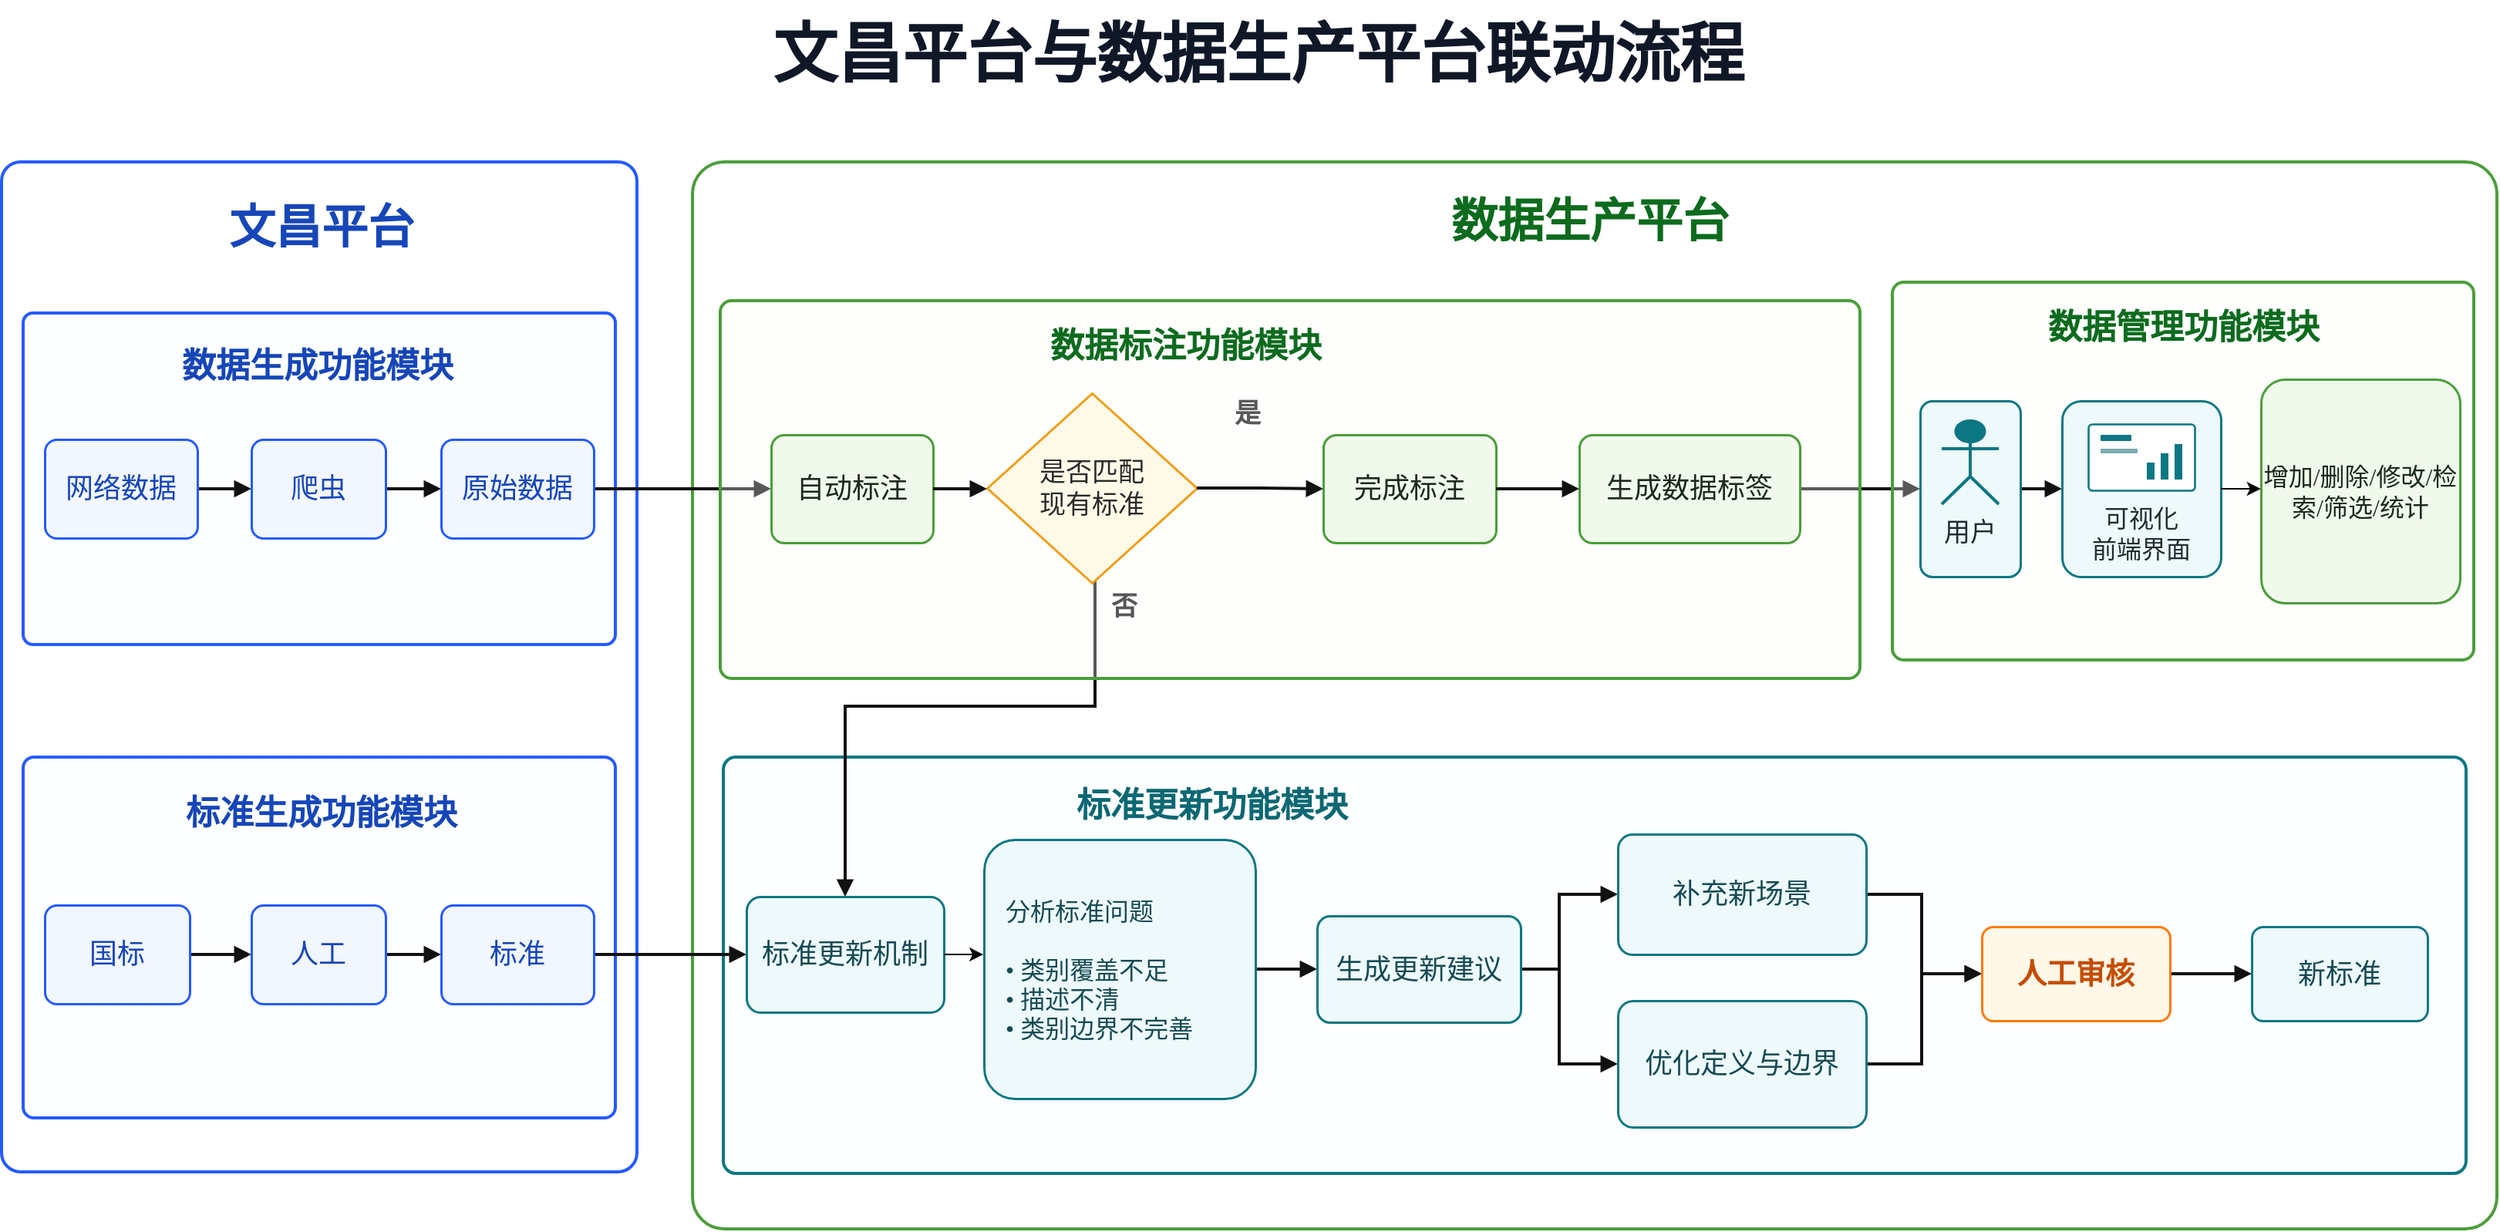
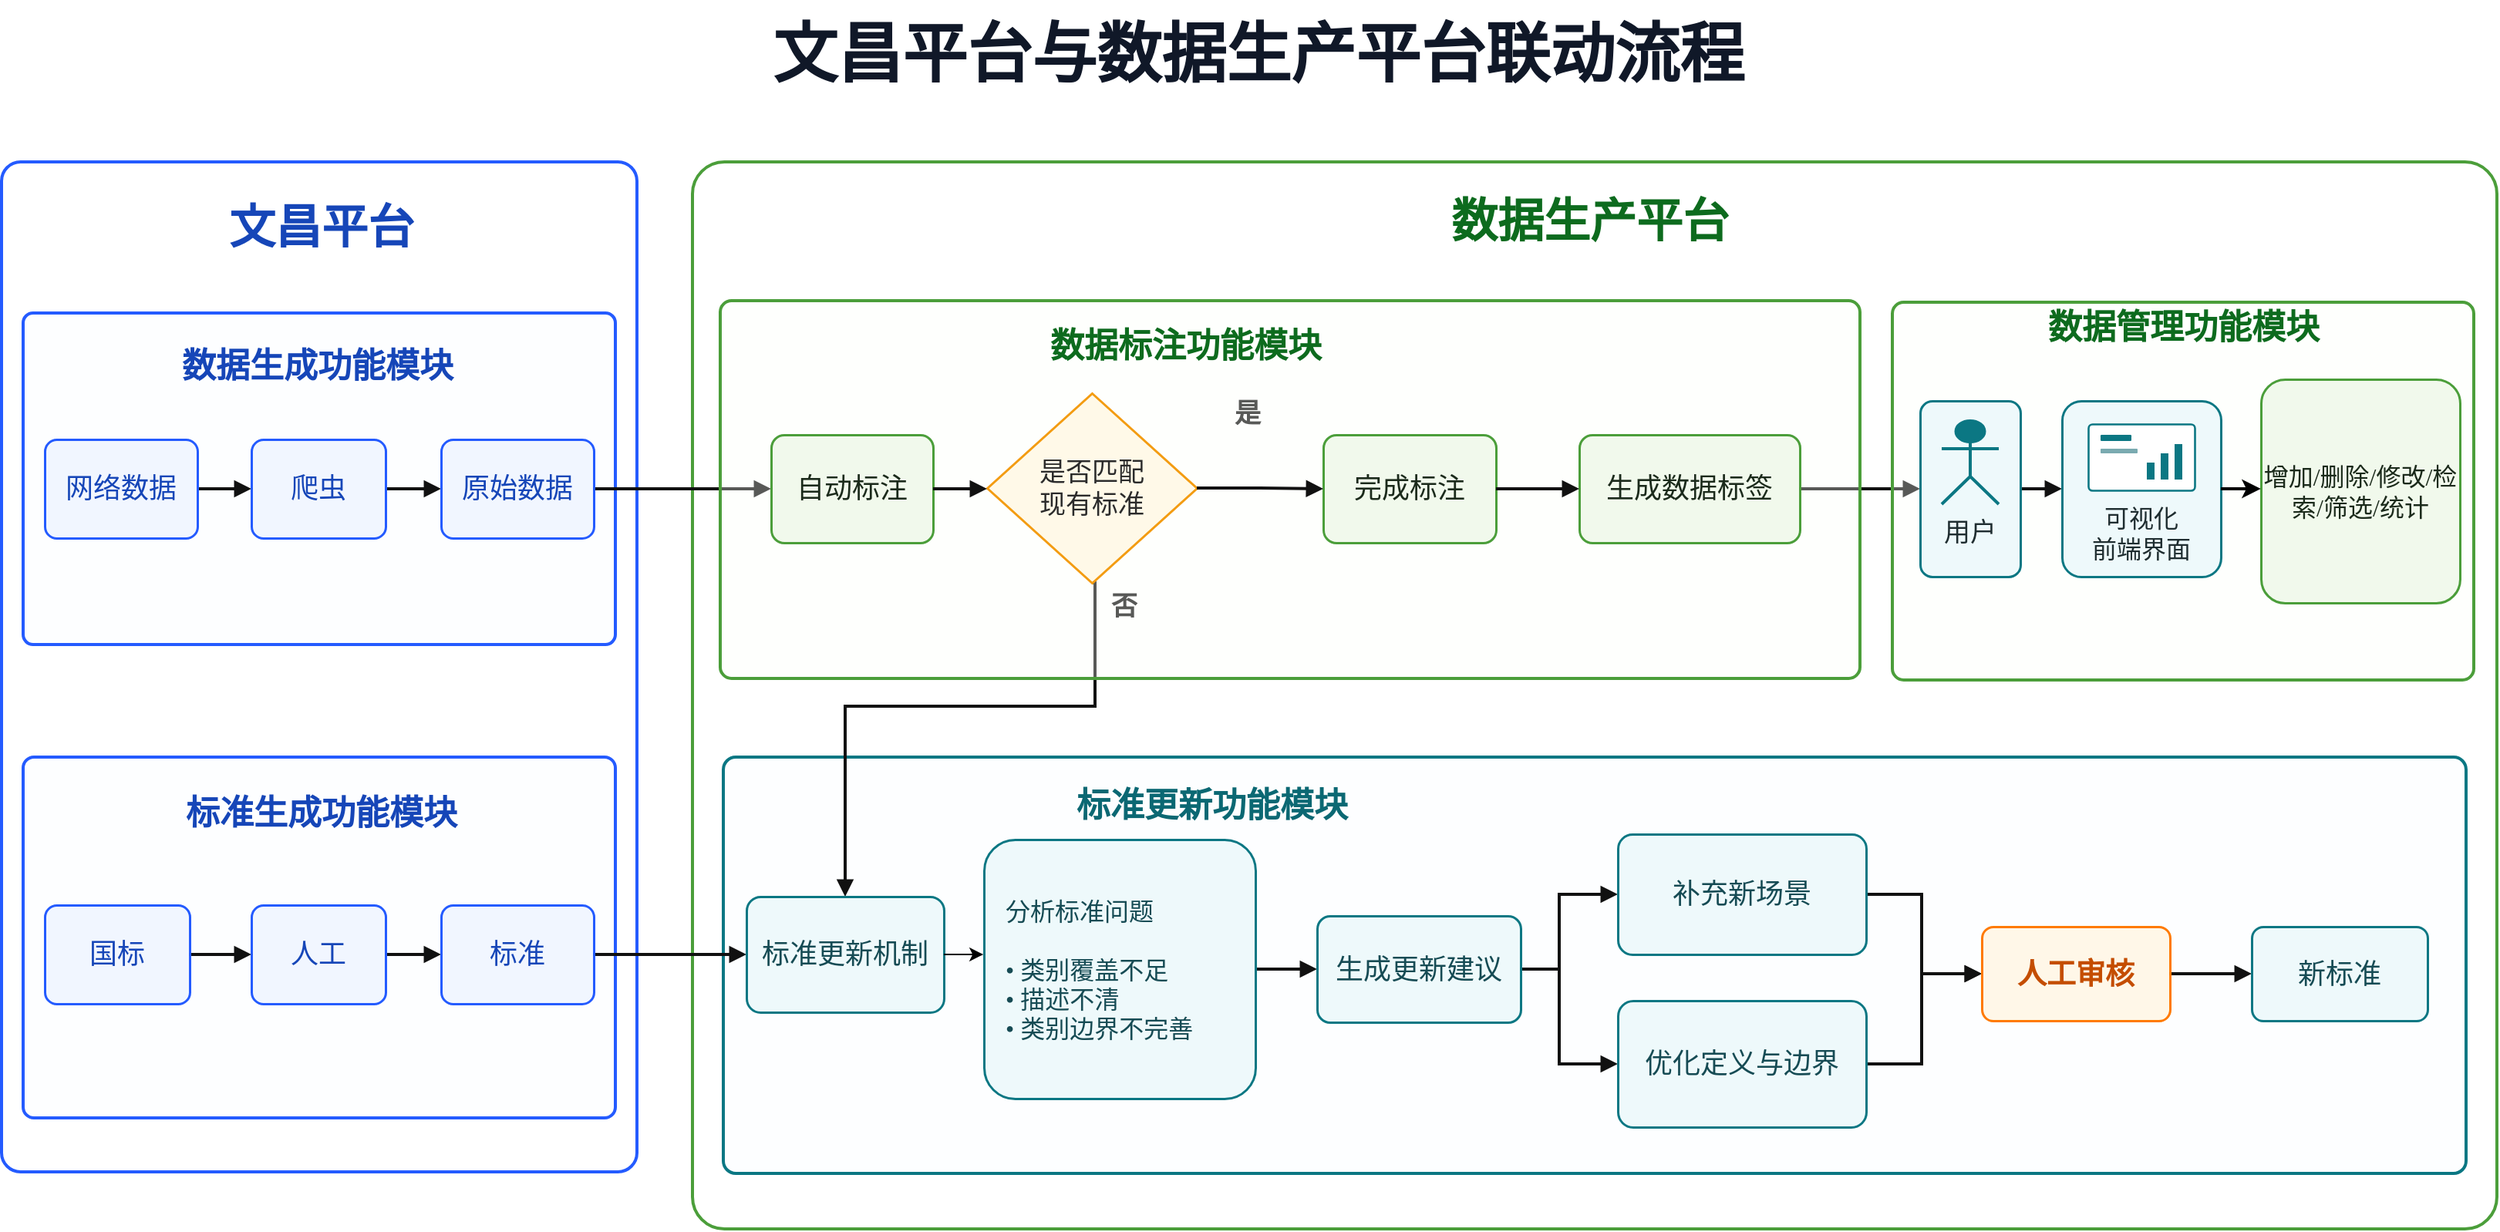
<mxfile host="app.diagrams.net">
  <diagram name="第 1 页" id="4yErZtKO05P3tX7bJs6z">
-     <mxGraphModel dx="426" dy="255" grid="1" gridSize="1" guides="1" tooltips="1" connect="1" arrows="1" fold="1" page="1" pageScale="1" pageWidth="1656" pageHeight="928" background="#FFFFFF" math="0" shadow="0">
+     <mxGraphModel dx="1076" dy="643" grid="1" gridSize="1" guides="1" tooltips="1" connect="1" arrows="1" fold="1" page="1" pageScale="1" pageWidth="1656" pageHeight="928" background="#FFFFFF" math="0" shadow="0">
      <root>
        <mxCell id="0" />
        <mxCell id="1" parent="0" />
        <mxCell id="title" parent="1" style="text;html=1;align=center;verticalAlign=middle;whiteSpace=wrap;rounded=0;strokeColor=none;fillColor=none;fontFamily=Microsoft YaHei;fontSize=42;fontStyle=1;fontColor=#101828;" value="文昌平台与数据生产平台联动流程" vertex="1">
          <mxGeometry height="72" width="960" x="350" y="12" as="geometry" />
        </mxCell>
        <mxCell id="left_outer" parent="1" style="rounded=1;arcSize=3;whiteSpace=wrap;html=1;fillColor=none;strokeWidth=2;strokeColor=#245BFF;fillColor=#FFFFFF;fillOpacity=0;" value="" vertex="1">
          <mxGeometry height="655" width="412" x="15" y="117" as="geometry" />
        </mxCell>
        <mxCell id="left_title" parent="1" style="text;html=1;align=center;verticalAlign=middle;whiteSpace=wrap;rounded=0;strokeColor=none;fillColor=none;fontFamily=Microsoft YaHei;fontSize=30;fontStyle=1;fontColor=#1646B8;" value="文昌平台" vertex="1">
          <mxGeometry height="48" width="235" x="105" y="135" as="geometry" />
        </mxCell>
        <mxCell id="right_outer" parent="1" style="rounded=1;arcSize=3;whiteSpace=wrap;html=1;fillColor=none;strokeWidth=2;strokeColor=#4B9E3A;fillColor=#FFFFFF;fillOpacity=0;" value="" vertex="1">
          <mxGeometry height="692" width="1170" x="463" y="117" as="geometry" />
        </mxCell>
        <mxCell id="right_title" parent="1" style="text;html=1;align=center;verticalAlign=middle;whiteSpace=wrap;rounded=0;strokeColor=none;fillColor=none;fontFamily=Microsoft YaHei;fontSize=30;fontStyle=1;fontColor=#0D6B1E;" value="数据生产平台" vertex="1">
          <mxGeometry height="50" width="540" x="775" y="130" as="geometry" />
        </mxCell>
        <mxCell id="data_gen_box" parent="1" style="rounded=1;arcSize=3;whiteSpace=wrap;html=1;fillColor=none;strokeWidth=2;strokeColor=#245BFF;fillColor=#F7FAFF;fillOpacity=30;" value="" vertex="1">
          <mxGeometry height="215" width="384" x="29" y="215" as="geometry" />
        </mxCell>
        <mxCell id="data_gen_title" parent="1" style="text;html=1;align=center;verticalAlign=middle;whiteSpace=wrap;rounded=0;strokeColor=none;fillColor=none;fontFamily=Microsoft YaHei;fontSize=22;fontStyle=1;fontColor=#1646B8;" value="数据生成功能模块" vertex="1">
          <mxGeometry height="43" width="260" x="90" y="228" as="geometry" />
        </mxCell>
        <mxCell id="std_gen_box" parent="1" style="rounded=1;arcSize=3;whiteSpace=wrap;html=1;fillColor=none;strokeWidth=2;strokeColor=#245BFF;fillColor=#F7FAFF;fillOpacity=30;" value="" vertex="1">
          <mxGeometry height="234" width="384" x="29" y="503" as="geometry" />
        </mxCell>
        <mxCell id="std_gen_title" parent="1" style="text;html=1;align=center;verticalAlign=middle;whiteSpace=wrap;rounded=0;strokeColor=none;fillColor=none;fontFamily=Microsoft YaHei;fontSize=22;fontStyle=1;fontColor=#1646B8;" value="标准生成功能模块" vertex="1">
          <mxGeometry height="43" width="285" x="80" y="518" as="geometry" />
        </mxCell>
        <mxCell id="update_box" parent="1" style="rounded=1;arcSize=3;whiteSpace=wrap;html=1;fillColor=none;strokeWidth=2;strokeColor=#0B7783;fillColor=#F7FCFD;fillOpacity=30;" value="" vertex="1">
          <mxGeometry height="270" width="1130" x="483" y="503" as="geometry" />
        </mxCell>
        <mxCell id="update_title" parent="1" style="text;html=1;align=center;verticalAlign=middle;whiteSpace=wrap;rounded=0;strokeColor=none;fillColor=none;fontFamily=Microsoft YaHei;fontSize=22;fontStyle=1;fontColor=#0B6873;" value="标准更新功能模块" vertex="1">
          <mxGeometry height="42" width="380" x="610" y="514" as="geometry" />
        </mxCell>
        <mxCell id="e_network_crawler" edge="1" parent="1" source="network_data" style="edgeStyle=orthogonalEdgeStyle;rounded=0;orthogonalLoop=1;jettySize=auto;html=1;endArrow=block;endFill=1;strokeColor=#111111;strokeWidth=2;exitX=1;exitY=0.5;entryX=0;entryY=0.5;" target="crawler" value="">
          <mxGeometry relative="1" as="geometry" />
        </mxCell>
        <mxCell id="e_crawler_raw" edge="1" parent="1" source="crawler" style="edgeStyle=orthogonalEdgeStyle;rounded=0;orthogonalLoop=1;jettySize=auto;html=1;endArrow=block;endFill=1;strokeColor=#111111;strokeWidth=2;exitX=1;exitY=0.5;entryX=0;entryY=0.5;" target="raw_data" value="">
          <mxGeometry relative="1" as="geometry" />
        </mxCell>
        <mxCell id="e_national_manual" edge="1" parent="1" source="national_std" style="edgeStyle=orthogonalEdgeStyle;rounded=0;orthogonalLoop=1;jettySize=auto;html=1;endArrow=block;endFill=1;strokeColor=#111111;strokeWidth=2;exitX=1;exitY=0.5;entryX=0;entryY=0.5;" target="manual" value="">
          <mxGeometry relative="1" as="geometry" />
        </mxCell>
        <mxCell id="e_manual_rawstd" edge="1" parent="1" source="manual" style="edgeStyle=orthogonalEdgeStyle;rounded=0;orthogonalLoop=1;jettySize=auto;html=1;endArrow=block;endFill=1;strokeColor=#111111;strokeWidth=2;exitX=1;exitY=0.5;entryX=0;entryY=0.5;" target="raw_std" value="">
          <mxGeometry relative="1" as="geometry" />
        </mxCell>
        <mxCell id="e_raw_auto" edge="1" parent="1" source="raw_data" style="edgeStyle=orthogonalEdgeStyle;rounded=0;orthogonalLoop=1;jettySize=auto;html=1;endArrow=block;endFill=1;strokeColor=#111111;strokeWidth=2;exitX=1;exitY=0.5;entryX=0;entryY=0.5;" target="auto_label" value="">
          <mxGeometry relative="1" as="geometry" />
        </mxCell>
        <mxCell id="e_rawstd_mech" edge="1" parent="1" source="raw_std" style="edgeStyle=orthogonalEdgeStyle;rounded=0;orthogonalLoop=1;jettySize=auto;html=1;endArrow=block;endFill=1;strokeColor=#111111;strokeWidth=2;exitX=1;exitY=0.5;entryX=0;entryY=0.5;" target="update_mechanism" value="">
          <mxGeometry relative="1" as="geometry" />
        </mxCell>
        <mxCell id="e_generate_user" edge="1" parent="1" source="generate_tag" style="edgeStyle=orthogonalEdgeStyle;rounded=0;orthogonalLoop=1;jettySize=auto;html=1;endArrow=block;endFill=1;strokeColor=#111111;strokeWidth=2;exitX=1;exitY=0.5;entryX=0;entryY=0.5;" target="user_box" value="">
          <mxGeometry relative="1" as="geometry" />
        </mxCell>
        <mxCell id="e_decision_update" edge="1" parent="1" source="decision" style="edgeStyle=orthogonalEdgeStyle;rounded=0;orthogonalLoop=1;jettySize=auto;html=1;endArrow=block;endFill=1;strokeColor=#111111;strokeWidth=2;exitX=0.5;exitY=1;entryX=0.5;entryY=0;" target="update_mechanism" value="">
          <mxGeometry relative="1" as="geometry">
            <Array as="points">
              <mxPoint x="724" y="470" />
              <mxPoint x="562" y="470" />
            </Array>
          </mxGeometry>
        </mxCell>
        <mxCell id="e_analysis_suggest" edge="1" parent="1" source="analysis_problem" style="edgeStyle=orthogonalEdgeStyle;rounded=0;orthogonalLoop=1;jettySize=auto;html=1;endArrow=block;endFill=1;strokeColor=#111111;strokeWidth=2;exitX=1;exitY=0.5;entryX=0;entryY=0.5;" target="update_suggestion" value="">
          <mxGeometry relative="1" as="geometry" />
        </mxCell>
        <mxCell id="e_suggest_expand" edge="1" parent="1" source="update_suggestion" style="edgeStyle=orthogonalEdgeStyle;rounded=0;orthogonalLoop=1;jettySize=auto;html=1;endArrow=block;endFill=1;strokeColor=#111111;strokeWidth=2;exitX=1;exitY=0.5;entryX=0;entryY=0.5;" target="expand_category" value="">
          <mxGeometry relative="1" as="geometry">
            <Array as="points">
              <mxPoint x="1025" y="640" />
              <mxPoint x="1025" y="592" />
            </Array>
          </mxGeometry>
        </mxCell>
        <mxCell id="e_suggest_modify" edge="1" parent="1" source="update_suggestion" style="edgeStyle=orthogonalEdgeStyle;rounded=0;orthogonalLoop=1;jettySize=auto;html=1;endArrow=block;endFill=1;strokeColor=#111111;strokeWidth=2;exitX=1;exitY=0.5;entryX=0;entryY=0.5;" target="modify_desc" value="">
          <mxGeometry relative="1" as="geometry">
            <Array as="points">
              <mxPoint x="1025" y="640" />
              <mxPoint x="1025" y="702" />
            </Array>
          </mxGeometry>
        </mxCell>
        <mxCell id="e_expand_review" edge="1" parent="1" source="expand_category" style="edgeStyle=orthogonalEdgeStyle;rounded=0;orthogonalLoop=1;jettySize=auto;html=1;endArrow=block;endFill=1;strokeColor=#111111;strokeWidth=2;exitX=1;exitY=0.5;entryX=0;entryY=0.5;" target="manual_review" value="">
          <mxGeometry relative="1" as="geometry">
            <Array as="points">
              <mxPoint x="1260" y="592" />
              <mxPoint x="1260" y="644" />
            </Array>
          </mxGeometry>
        </mxCell>
        <mxCell id="e_modify_review" edge="1" parent="1" source="modify_desc" style="edgeStyle=orthogonalEdgeStyle;rounded=0;orthogonalLoop=1;jettySize=auto;html=1;endArrow=block;endFill=1;strokeColor=#111111;strokeWidth=2;exitX=1;exitY=0.5;entryX=0;entryY=0.5;" target="manual_review" value="">
          <mxGeometry relative="1" as="geometry">
            <Array as="points">
              <mxPoint x="1260" y="702" />
              <mxPoint x="1260" y="644" />
            </Array>
          </mxGeometry>
        </mxCell>
        <mxCell id="e_review_approved" edge="1" parent="1" source="manual_review" style="edgeStyle=orthogonalEdgeStyle;rounded=0;orthogonalLoop=1;jettySize=auto;html=1;endArrow=block;endFill=1;strokeColor=#111111;strokeWidth=2;exitX=1;exitY=0.5;entryX=0;entryY=0.5;" target="approved" value="">
          <mxGeometry relative="1" as="geometry" />
        </mxCell>
        <mxCell id="network_data" parent="1" style="rounded=1;arcSize=12;whiteSpace=wrap;html=1;align=center;verticalAlign=middle;strokeWidth=1.5;shadow=0;fontFamily=Microsoft YaHei;fontSize=18;fontColor=#1646B8;strokeColor=#245BFF;fillColor=#F1F6FF;" value="网络数据" vertex="1">
          <mxGeometry height="64" width="99" x="43" y="297" as="geometry" />
        </mxCell>
        <mxCell id="crawler" parent="1" style="rounded=1;arcSize=12;whiteSpace=wrap;html=1;align=center;verticalAlign=middle;strokeWidth=1.5;shadow=0;fontFamily=Microsoft YaHei;fontSize=18;fontColor=#1646B8;strokeColor=#245BFF;fillColor=#F1F6FF;" value="爬虫" vertex="1">
          <mxGeometry height="64" width="87" x="177" y="297" as="geometry" />
        </mxCell>
        <mxCell id="raw_data" parent="1" style="rounded=1;arcSize=12;whiteSpace=wrap;html=1;align=center;verticalAlign=middle;strokeWidth=1.5;shadow=0;fontFamily=Microsoft YaHei;fontSize=18;fontColor=#1646B8;strokeColor=#245BFF;fillColor=#F1F6FF;" value="原始数据" vertex="1">
          <mxGeometry height="64" width="99" x="300" y="297" as="geometry" />
        </mxCell>
        <mxCell id="national_std" parent="1" style="rounded=1;arcSize=12;whiteSpace=wrap;html=1;align=center;verticalAlign=middle;strokeWidth=1.5;shadow=0;fontFamily=Microsoft YaHei;fontSize=18;fontColor=#1646B8;strokeColor=#245BFF;fillColor=#F1F6FF;" value="国标" vertex="1">
          <mxGeometry height="64" width="94" x="43" y="599" as="geometry" />
        </mxCell>
        <mxCell id="manual" parent="1" style="rounded=1;arcSize=12;whiteSpace=wrap;html=1;align=center;verticalAlign=middle;strokeWidth=1.5;shadow=0;fontFamily=Microsoft YaHei;fontSize=18;fontColor=#1646B8;strokeColor=#245BFF;fillColor=#F1F6FF;" value="人工" vertex="1">
          <mxGeometry height="64" width="87" x="177" y="599" as="geometry" />
        </mxCell>
        <mxCell id="raw_std" parent="1" style="rounded=1;arcSize=12;whiteSpace=wrap;html=1;align=center;verticalAlign=middle;strokeWidth=1.5;shadow=0;fontFamily=Microsoft YaHei;fontSize=18;fontColor=#1646B8;strokeColor=#245BFF;fillColor=#F1F6FF;" value="标准" vertex="1">
          <mxGeometry height="64" width="99" x="300" y="599" as="geometry" />
        </mxCell>
        <mxCell id="update_mechanism" parent="1" style="rounded=1;arcSize=12;whiteSpace=wrap;html=1;align=center;verticalAlign=middle;strokeWidth=1.5;shadow=0;fontFamily=Microsoft YaHei;fontSize=18;fontColor=#164B54;strokeColor=#0B7783;fillColor=#EEF9FB;" value="标准更新机制" vertex="1">
          <mxGeometry height="75" width="128" x="498" y="593.5" as="geometry" />
        </mxCell>
        <mxCell id="analysis_problem" parent="1" style="rounded=1;arcSize=12;whiteSpace=wrap;html=1;align=center;verticalAlign=middle;strokeWidth=1.5;shadow=0;fontFamily=Microsoft YaHei;fontSize=16;fontColor=#164B54;strokeColor=#0B7783;fillColor=#EEF9FB;align=left;spacingLeft=12;" value="分析标准问题&lt;div&gt;&lt;br&gt;&lt;div&gt;• 类别覆盖不足&lt;/div&gt;&lt;div&gt;• 描述不清&lt;/div&gt;&lt;div&gt;• 类别边界不完善&lt;/div&gt;&lt;/div&gt;" vertex="1">
          <mxGeometry height="168" width="176" x="652" y="556.5" as="geometry" />
        </mxCell>
        <mxCell id="update_suggestion" parent="1" style="rounded=1;arcSize=12;whiteSpace=wrap;html=1;align=center;verticalAlign=middle;strokeWidth=1.5;shadow=0;fontFamily=Microsoft YaHei;fontSize=18;fontColor=#164B54;strokeColor=#0B7783;fillColor=#EEF9FB;" value="生成更新建议" vertex="1">
          <mxGeometry height="69" width="132" x="868" y="606" as="geometry" />
        </mxCell>
        <mxCell id="expand_category" parent="1" style="rounded=1;arcSize=12;whiteSpace=wrap;html=1;align=center;verticalAlign=middle;strokeWidth=1.5;shadow=0;fontFamily=Microsoft YaHei;fontSize=18;fontColor=#164B54;strokeColor=#0B7783;fillColor=#EEF9FB;" value="补充新场景" vertex="1">
          <mxGeometry height="78" width="161" x="1063" y="553" as="geometry" />
        </mxCell>
        <mxCell id="modify_desc" parent="1" style="rounded=1;arcSize=12;whiteSpace=wrap;html=1;align=center;verticalAlign=middle;strokeWidth=1.5;shadow=0;fontFamily=Microsoft YaHei;fontSize=18;fontColor=#164B54;strokeColor=#0B7783;fillColor=#EEF9FB;" value="优化定义与边界" vertex="1">
          <mxGeometry height="82" width="161" x="1063" y="661" as="geometry" />
        </mxCell>
        <mxCell id="manual_review" parent="1" style="rounded=1;arcSize=12;whiteSpace=wrap;html=1;align=center;verticalAlign=middle;strokeWidth=1.5;shadow=0;fontFamily=Microsoft YaHei;fontSize=19;fontStyle=1;fontColor=#C44D00;strokeColor=#FF7A00;fillColor=#FFF7E8;" value="人工审核" vertex="1">
          <mxGeometry height="61" width="122" x="1299" y="613" as="geometry" />
        </mxCell>
        <mxCell id="approved" parent="1" style="rounded=1;arcSize=12;whiteSpace=wrap;html=1;align=center;verticalAlign=middle;strokeWidth=1.5;shadow=0;fontFamily=Microsoft YaHei;fontSize=18;fontColor=#164B54;strokeColor=#0B7783;fillColor=#EEF9FB;" value="新标准" vertex="1">
          <mxGeometry height="61" width="114" x="1474" y="613" as="geometry" />
        </mxCell>
        <mxCell id="yes_label" parent="1" style="text;html=1;align=center;verticalAlign=middle;whiteSpace=wrap;rounded=0;strokeColor=none;fillColor=none;fontFamily=Microsoft YaHei;fontSize=17;fontStyle=1;fontColor=#111111;" value="是" vertex="1">
          <mxGeometry height="28" width="38" x="804" y="267" as="geometry" />
        </mxCell>
        <mxCell id="no_label" parent="1" style="text;html=1;align=center;verticalAlign=middle;whiteSpace=wrap;rounded=0;strokeColor=none;fillColor=none;fontFamily=Microsoft YaHei;fontSize=17;fontStyle=1;fontColor=#111111;" value="否" vertex="1">
          <mxGeometry height="28" width="40" x="723" y="392" as="geometry" />
        </mxCell>
        <mxCell id="_MsRrkVGIvv5ZV_jFw_0-2" edge="1" parent="1" source="update_mechanism" style="edgeStyle=orthogonalEdgeStyle;rounded=0;orthogonalLoop=1;jettySize=auto;html=1;exitX=1;exitY=0.5;exitDx=0;exitDy=0;entryX=-0.002;entryY=0.445;entryDx=0;entryDy=0;entryPerimeter=0;" target="analysis_problem">
          <mxGeometry relative="1" as="geometry" />
        </mxCell>
        <mxCell id="_MsRrkVGIvv5ZV_jFw_0-3" connectable="0" parent="1" style="group" value="" vertex="1">
          <mxGeometry height="245" width="739" x="481" y="207" as="geometry" />
        </mxCell>
        <mxCell id="label_box" parent="_MsRrkVGIvv5ZV_jFw_0-3" style="rounded=1;arcSize=3;whiteSpace=wrap;html=1;fillColor=none;strokeWidth=2;strokeColor=#4B9E3A;fillColor=#FBFFF9;fillOpacity=30;" value="" vertex="1">
          <mxGeometry height="245" width="739" as="geometry" />
        </mxCell>
        <mxCell id="label_title" parent="_MsRrkVGIvv5ZV_jFw_0-3" style="text;html=1;align=center;verticalAlign=middle;whiteSpace=wrap;rounded=0;strokeColor=none;fillColor=none;fontFamily=Microsoft YaHei;fontSize=22;fontStyle=1;fontColor=#0D6B1E;" value="数据标注功能模块" vertex="1">
          <mxGeometry height="40" width="340" x="132" y="10" as="geometry" />
        </mxCell>
        <mxCell id="auto_label" parent="_MsRrkVGIvv5ZV_jFw_0-3" style="rounded=1;arcSize=12;whiteSpace=wrap;html=1;align=center;verticalAlign=middle;strokeWidth=1.5;shadow=0;fontFamily=Microsoft YaHei;fontSize=18;fontColor=#1B2A1B;strokeColor=#4B9E3A;fillColor=#F1F9EC;" value="自动标注" vertex="1">
          <mxGeometry height="70" width="105" x="33" y="87" as="geometry" />
        </mxCell>
        <mxCell id="decision" parent="_MsRrkVGIvv5ZV_jFw_0-3" style="rhombus;whiteSpace=wrap;html=1;align=center;verticalAlign=middle;strokeWidth=1.5;fontFamily=Microsoft YaHei;fontSize=17;fontColor=#2B2B2B;strokeColor=#F39C12;fillColor=#FFF9E8;" value="是否匹配&lt;div&gt;现有标准&lt;/div&gt;" vertex="1">
          <mxGeometry height="123" width="136" x="173" y="60" as="geometry" />
        </mxCell>
        <mxCell id="complete_label" parent="_MsRrkVGIvv5ZV_jFw_0-3" style="rounded=1;arcSize=12;whiteSpace=wrap;html=1;align=center;verticalAlign=middle;strokeWidth=1.5;shadow=0;fontFamily=Microsoft YaHei;fontSize=18;fontColor=#1B2A1B;strokeColor=#4B9E3A;fillColor=#F1F9EC;" value="完成标注" vertex="1">
          <mxGeometry height="70" width="112" x="391" y="87" as="geometry" />
        </mxCell>
        <mxCell id="generate_tag" parent="_MsRrkVGIvv5ZV_jFw_0-3" style="rounded=1;arcSize=12;whiteSpace=wrap;html=1;align=center;verticalAlign=middle;strokeWidth=1.5;shadow=0;fontFamily=Microsoft YaHei;fontSize=18;fontColor=#1B2A1B;strokeColor=#4B9E3A;fillColor=#F1F9EC;" value="生成数据标签" vertex="1">
          <mxGeometry height="70" width="143" x="557" y="87" as="geometry" />
        </mxCell>
        <mxCell id="e_auto_decision" edge="1" parent="_MsRrkVGIvv5ZV_jFw_0-3" source="auto_label" style="edgeStyle=orthogonalEdgeStyle;rounded=0;orthogonalLoop=1;jettySize=auto;html=1;endArrow=block;endFill=1;strokeColor=#111111;strokeWidth=2;exitX=1;exitY=0.5;entryX=0;entryY=0.5;" target="decision" value="">
          <mxGeometry relative="1" as="geometry" />
        </mxCell>
        <mxCell id="e_decision_complete" edge="1" parent="_MsRrkVGIvv5ZV_jFw_0-3" source="decision" style="edgeStyle=orthogonalEdgeStyle;rounded=0;orthogonalLoop=1;jettySize=auto;html=1;endArrow=block;endFill=1;strokeColor=#111111;strokeWidth=2;exitX=1;exitY=0.5;entryX=0;entryY=0.5;" target="complete_label" value="">
          <mxGeometry relative="1" as="geometry" />
        </mxCell>
        <mxCell id="e_complete_generate" edge="1" parent="_MsRrkVGIvv5ZV_jFw_0-3" source="complete_label" style="edgeStyle=orthogonalEdgeStyle;rounded=0;orthogonalLoop=1;jettySize=auto;html=1;endArrow=block;endFill=1;strokeColor=#111111;strokeWidth=2;exitX=1;exitY=0.5;entryX=0;entryY=0.5;" target="generate_tag" value="">
          <mxGeometry relative="1" as="geometry" />
        </mxCell>
        <mxCell id="_MsRrkVGIvv5ZV_jFw_0-5" connectable="0" parent="1" style="group" value="" vertex="1">
          <mxGeometry height="245" width="377" x="1241" y="195" as="geometry" />
        </mxCell>
        <mxCell id="management_box" parent="_MsRrkVGIvv5ZV_jFw_0-5" style="rounded=1;arcSize=3;whiteSpace=wrap;html=1;fillColor=none;strokeWidth=2;strokeColor=#4B9E3A;fillColor=#FBFFF9;fillOpacity=30;" value="" vertex="1">
-           <mxGeometry height="245" width="377" as="geometry" />
+           <mxGeometry height="245" width="377" y="13" as="geometry" />
        </mxCell>
        <mxCell id="management_title" parent="_MsRrkVGIvv5ZV_jFw_0-5" style="text;html=1;align=center;verticalAlign=middle;whiteSpace=wrap;rounded=0;strokeColor=none;fillColor=none;fontFamily=Microsoft YaHei;fontSize=22;fontStyle=1;fontColor=#0D6B1E;" value="数据管理功能模块" vertex="1">
          <mxGeometry height="40" width="300" x="39" y="10" as="geometry" />
        </mxCell>
        <mxCell id="e_user_visual" edge="1" parent="_MsRrkVGIvv5ZV_jFw_0-5" source="user_box" style="edgeStyle=orthogonalEdgeStyle;rounded=0;orthogonalLoop=1;jettySize=auto;html=1;endArrow=block;endFill=1;strokeColor=#111111;strokeWidth=2;exitX=1;exitY=0.5;entryX=0;entryY=0.5;" target="visual_box" value="">
          <mxGeometry relative="1" as="geometry" />
        </mxCell>
        <mxCell id="user_box" parent="_MsRrkVGIvv5ZV_jFw_0-5" style="rounded=1;arcSize=12;whiteSpace=wrap;html=1;align=center;verticalAlign=middle;strokeWidth=1.5;shadow=0;strokeColor=#0B7783;fillColor=#EEF9FB;" value="" vertex="1">
          <mxGeometry height="114" width="65" x="18" y="77" as="geometry" />
        </mxCell>
        <mxCell id="user_icon" parent="_MsRrkVGIvv5ZV_jFw_0-5" style="shape=umlActor;html=1;strokeWidth=2;strokeColor=#0B7783;fillColor=#0B7783;" value="" vertex="1">
          <mxGeometry height="54" width="37" x="32" y="90" as="geometry" />
        </mxCell>
        <mxCell id="user_text" parent="_MsRrkVGIvv5ZV_jFw_0-5" style="text;html=1;align=center;verticalAlign=middle;whiteSpace=wrap;rounded=0;strokeColor=none;fillColor=none;fontFamily=Microsoft YaHei;fontSize=17;fontColor=#1F2D30;" value="用户" vertex="1">
          <mxGeometry height="32" width="65" x="18" y="147" as="geometry" />
        </mxCell>
        <mxCell id="visual_box" parent="_MsRrkVGIvv5ZV_jFw_0-5" style="rounded=1;arcSize=12;whiteSpace=wrap;html=1;align=center;verticalAlign=middle;strokeWidth=1.5;shadow=0;strokeColor=#0B7783;fillColor=#EEF9FB;" value="" vertex="1">
          <mxGeometry height="114" width="103" x="110" y="77" as="geometry" />
        </mxCell>
        <mxCell id="screen" parent="_MsRrkVGIvv5ZV_jFw_0-5" style="rounded=1;arcSize=6;whiteSpace=wrap;html=1;strokeColor=#0B7783;strokeWidth=1.3;fillColor=#FFFFFF;" value="" vertex="1">
          <mxGeometry height="43" width="69" x="127" y="92" as="geometry" />
        </mxCell>
        <mxCell id="screen_line1" parent="_MsRrkVGIvv5ZV_jFw_0-5" style="rounded=1;strokeColor=none;fillColor=#0B7783;" value="" vertex="1">
          <mxGeometry height="4" width="20" x="135" y="99" as="geometry" />
        </mxCell>
        <mxCell id="screen_line2" parent="_MsRrkVGIvv5ZV_jFw_0-5" style="rounded=1;strokeColor=none;fillColor=#7AAAB0;" value="" vertex="1">
          <mxGeometry height="3" width="24" x="135" y="108" as="geometry" />
        </mxCell>
        <mxCell id="bar1" parent="_MsRrkVGIvv5ZV_jFw_0-5" style="rounded=0;strokeColor=none;fillColor=#0B7783;" value="" vertex="1">
          <mxGeometry height="11" width="5" x="165" y="117" as="geometry" />
        </mxCell>
        <mxCell id="bar2" parent="_MsRrkVGIvv5ZV_jFw_0-5" style="rounded=0;strokeColor=none;fillColor=#0B7783;" value="" vertex="1">
          <mxGeometry height="17" width="5" x="174" y="111" as="geometry" />
        </mxCell>
        <mxCell id="bar3" parent="_MsRrkVGIvv5ZV_jFw_0-5" style="rounded=0;strokeColor=none;fillColor=#0B7783;" value="" vertex="1">
          <mxGeometry height="23" width="5" x="183" y="105" as="geometry" />
        </mxCell>
        <mxCell id="visual_text" parent="_MsRrkVGIvv5ZV_jFw_0-5" style="text;html=1;align=center;verticalAlign=middle;whiteSpace=wrap;rounded=0;strokeColor=none;fillColor=none;fontFamily=Microsoft YaHei;fontSize=16;fontStyle=1;fontColor=#1F2D30;" value="&lt;span style=&quot;font-weight: normal;&quot;&gt;可视化&lt;/span&gt;&lt;div&gt;&lt;span style=&quot;font-weight: normal;&quot;&gt;前端界面&lt;/span&gt;&lt;/div&gt;" vertex="1">
          <mxGeometry height="43" width="99" x="112" y="141" as="geometry" />
        </mxCell>
        <mxCell id="data_manage" parent="_MsRrkVGIvv5ZV_jFw_0-5" style="rounded=1;arcSize=12;whiteSpace=wrap;html=1;align=center;verticalAlign=middle;strokeWidth=1.5;shadow=0;fontFamily=Microsoft YaHei;fontSize=16;fontColor=#1B2A1B;strokeColor=#4B9E3A;fillColor=#F1F9EC;" value="增加/删除/修改/检索/筛选/统计" vertex="1">
          <mxGeometry height="145" width="129" x="239" y="63" as="geometry" />
        </mxCell>
-         <mxCell id="_MsRrkVGIvv5ZV_jFw_0-8" edge="1" parent="_MsRrkVGIvv5ZV_jFw_0-5" source="visual_box" style="edgeStyle=orthogonalEdgeStyle;rounded=0;orthogonalLoop=1;jettySize=auto;html=1;exitX=1;exitY=0.5;exitDx=0;exitDy=0;entryX=-0.001;entryY=0.491;entryDx=0;entryDy=0;entryPerimeter=0;" target="data_manage">
+         <mxCell id="_MsRrkVGIvv5ZV_jFw_0-8" edge="1" parent="_MsRrkVGIvv5ZV_jFw_0-5" source="visual_box" style="edgeStyle=orthogonalEdgeStyle;rounded=0;orthogonalLoop=1;jettySize=auto;html=1;exitX=1;exitY=0.5;exitDx=0;exitDy=0;entryX=-0.001;entryY=0.491;entryDx=0;entryDy=0;entryPerimeter=0;strokeWidth=2;" target="data_manage">
          <mxGeometry relative="1" as="geometry" />
        </mxCell>
      </root>
    </mxGraphModel>
  </diagram>
</mxfile>
